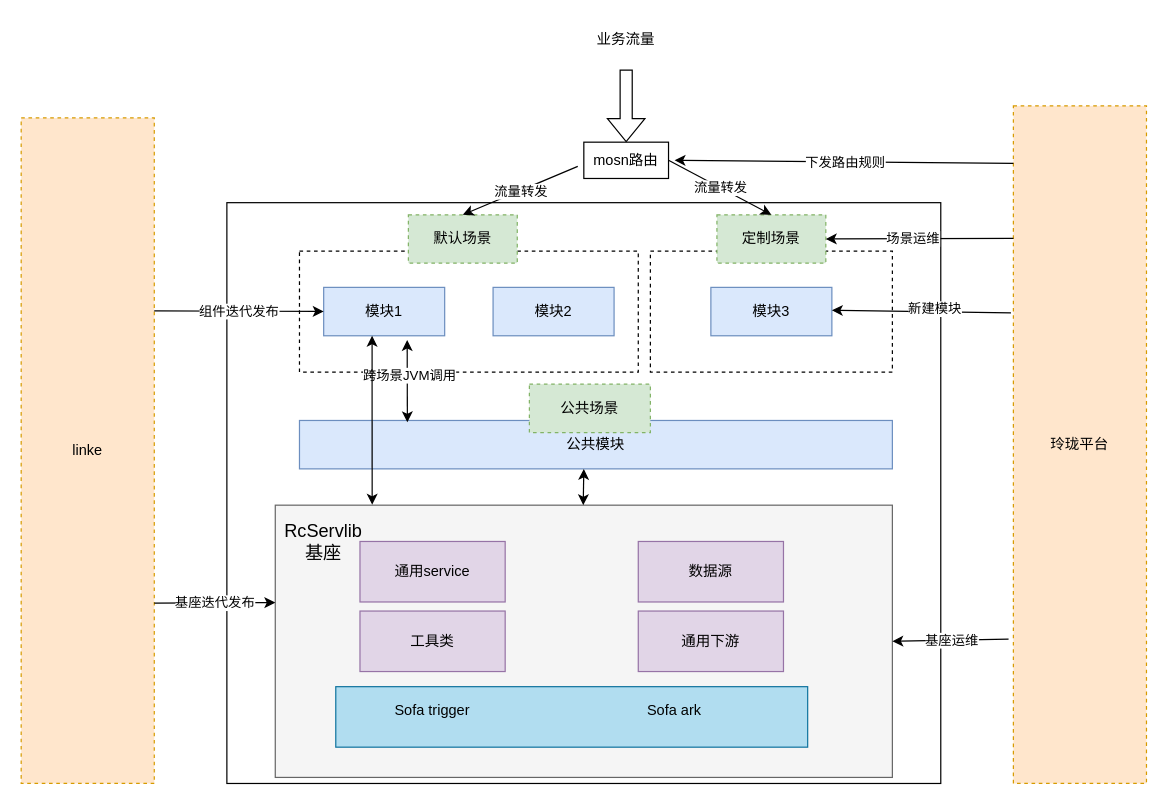
The draw.io diagram linglong2.drawio in hwjcc969/topdown, before the edit. Source tidied: cells renumbered, new cells numbered last; positions are measured from the earlier drawing's top-left corner, leaving out a move shared by most shapes. Both pictures are drawn from the tidied source at 121%, with x=0, y=0 at pixel (21, 21).
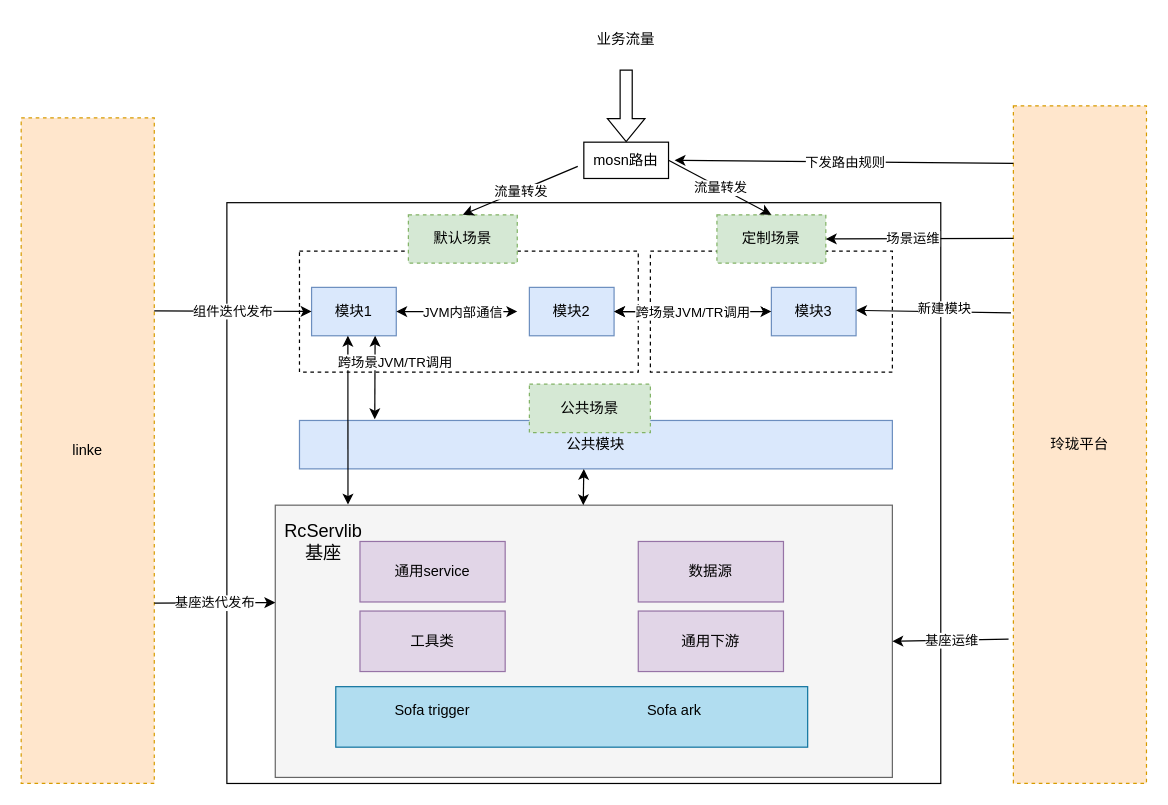
The same diagram, later.

Unchanged cells that the change refers to:
```xml
<mxCell id="3" style="rounded=0;whiteSpace=wrap;html=1;fillColor=#f5f5f5;fontColor=#333333;strokeColor=#666666;" parent="1" vertex="1">
  <mxGeometry x="210" y="400" width="510" height="225" as="geometry" />
</mxCell>
<mxCell id="16" style="rounded=0;whiteSpace=wrap;html=1;dashed=1;" parent="1" vertex="1">
  <mxGeometry x="520" y="190" width="200" height="100" as="geometry" />
</mxCell>
<mxCell id="40" value="公共模块" style="rounded=0;whiteSpace=wrap;html=1;fillColor=#dae8fc;strokeColor=#6c8ebf;" parent="1" vertex="1">
  <mxGeometry x="230" y="330" width="490" height="40" as="geometry" />
</mxCell>
```

The edit, as a diff of the source:
```diff
@@
     <mxCell id="13" value="模块1" style="rounded=0;whiteSpace=wrap;html=1;fillColor=#dae8fc;strokeColor=#6c8ebf;" parent="1" vertex="1">
-      <mxGeometry x="250" y="220" width="100" height="40" as="geometry" />
+      <mxGeometry x="240" y="220" width="70" height="40" as="geometry" />
     </mxCell>
@@
     <mxCell id="15" value="模块2" style="rounded=0;whiteSpace=wrap;html=1;fillColor=#dae8fc;strokeColor=#6c8ebf;" parent="1" vertex="1">
-      <mxGeometry x="390" y="220" width="100" height="40" as="geometry" />
+      <mxGeometry x="420" y="220" width="70" height="40" as="geometry" />
     </mxCell>
+    <mxCell id="46" style="edgeStyle=orthogonalEdgeStyle;rounded=0;jettySize=auto;html=1;" parent="1" edge="1" source="16" target="15">
+      <mxGeometry relative="1" as="geometry" />
+    </mxCell>
@@
     <mxCell id="18" value="模块3" style="rounded=0;whiteSpace=wrap;html=1;fillColor=#dae8fc;strokeColor=#6c8ebf;" parent="1" vertex="1">
-      <mxGeometry x="570" y="220" width="100" height="40" as="geometry" />
+      <mxGeometry x="620" y="220" width="70" height="40" as="geometry" />
     </mxCell>
@@
     <mxCell id="29" style="endArrow=classic;html=1;rounded=0;exitX=0;exitY=0.31;exitDx=0;exitDy=0;exitPerimeter=0;" parent="1" edge="1">
       <mxGeometry relative="1" as="geometry">
         <mxPoint x="818" y="241" as="sourcePoint" />
-        <mxPoint x="670" y="239" as="targetPoint" />
+        <mxPoint x="690" y="239" as="targetPoint" />
       </mxGeometry>
     </mxCell>
@@
-    <mxCell id="42" style="endArrow=classic;startArrow=classic;html=1;rounded=0;exitX=0.182;exitY=0.038;exitDx=0;exitDy=0;exitPerimeter=0;entryX=0.69;entryY=1.088;entryDx=0;entryDy=0;entryPerimeter=0;" parent="1" edge="1" source="40" target="13">
-      <mxGeometry relative="1" as="geometry" />
-    </mxCell>
-    <mxCell id="43" value="跨场景JVM调用" style="edgeLabel;html=1;align=center;verticalAlign=middle;" parent="42" vertex="1">
-      <mxGeometry x="0.15" y="-1" relative="1" as="geometry" />
-    </mxCell>
@@
-    <mxCell id="45" style="endArrow=classic;startArrow=classic;html=1;rounded=0;exitX=0.157;exitY=-0.002;exitDx=0;exitDy=0;exitPerimeter=0;" parent="1" edge="1" source="3">
+    <mxCell id="45" style="endArrow=classic;startArrow=classic;html=1;rounded=0;exitX=0.157;exitY=-0.002;exitDx=0;exitDy=0;exitPerimeter=0;" parent="1" edge="1">
       <mxGeometry relative="1" as="geometry">
-        <mxPoint x="290" y="260" as="targetPoint" />
+        <mxPoint x="270.1" y="399.5" as="sourcePoint" />
+        <mxPoint x="270" y="260" as="targetPoint" />
       </mxGeometry>
     </mxCell>
+    <mxCell id="47" style="endArrow=classic;startArrow=classic;html=1;rounded=0;entryX=0;entryY=0.5;entryDx=0;entryDy=0;exitX=1;exitY=0.5;exitDx=0;exitDy=0;" parent="1" edge="1" source="15" target="18">
+      <mxGeometry relative="1" as="geometry" />
+    </mxCell>
+    <mxCell id="48" value="&lt;font style=&quot;font-size: 11px;&quot;&gt;跨场景JVM/TR调用&lt;/font&gt;" style="edgeLabel;html=1;align=center;verticalAlign=middle;" parent="47" vertex="1">
+      <mxGeometry x="-0.29" y="-2" relative="1" as="geometry">
+        <mxPoint x="18" y="-2" as="offset" />
+      </mxGeometry>
+    </mxCell>
+    <mxCell id="49" style="endArrow=classic;startArrow=classic;html=1;rounded=0;exitX=1;exitY=0.5;exitDx=0;exitDy=0;" parent="1" edge="1" source="13">
+      <mxGeometry relative="1" as="geometry">
+        <mxPoint x="410" y="240" as="targetPoint" />
+      </mxGeometry>
+    </mxCell>
+    <mxCell id="50" value="JVM内部通信" style="edgeLabel;html=1;align=center;verticalAlign=middle;" parent="49" vertex="1">
+      <mxGeometry x="-0.1" y="1" relative="1" as="geometry">
+        <mxPoint x="9" y="1" as="offset" />
+      </mxGeometry>
+    </mxCell>
+    <mxCell id="51" style="endArrow=classic;startArrow=classic;html=1;rounded=0;entryX=0.127;entryY=-0.025;entryDx=0;entryDy=0;exitX=0.75;exitY=1;exitDx=0;exitDy=0;entryPerimeter=0;" parent="1" edge="1" source="13" target="40">
+      <mxGeometry relative="1" as="geometry" />
+    </mxCell>
+    <mxCell id="52" value="&lt;font style=&quot;font-size: 11px;&quot;&gt;跨场景JVM/TR调用&lt;/font&gt;" style="edgeLabel;html=1;align=center;verticalAlign=middle;" parent="51" vertex="1">
+      <mxGeometry x="-0.29" y="-2" relative="1" as="geometry">
+        <mxPoint x="18" y="-2" as="offset" />
+      </mxGeometry>
+    </mxCell>
```
